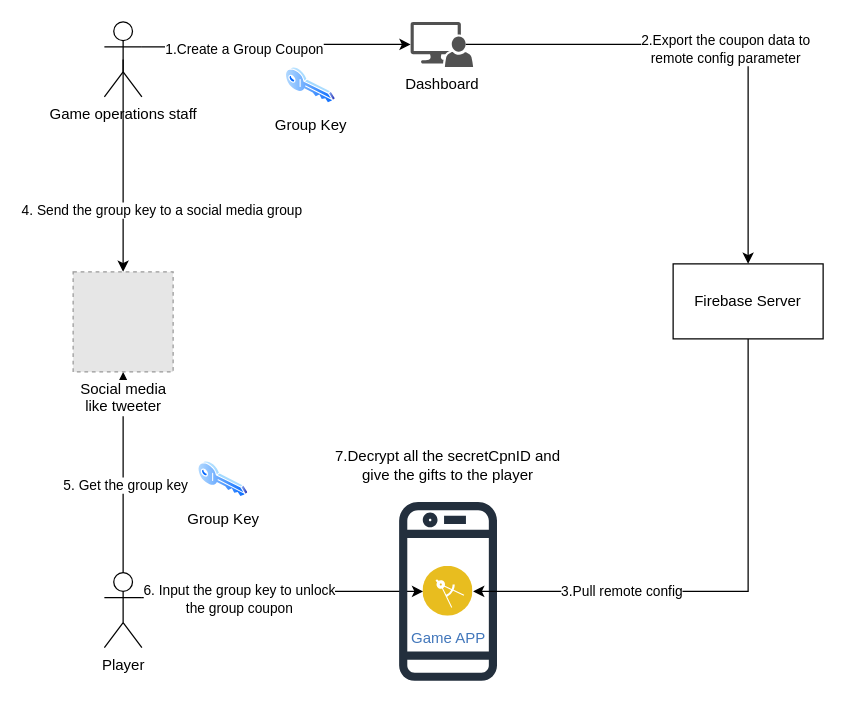
Above: page "GroupCoupon" (2 of 2) of Remote Config Coupon Architecture.drawio in yaohuiwu/SimpleFS (draw.io), before the change. Source tidied: cells renumbered, new cells numbered last; positions are measured from the earlier drawing's top-left corner, leaving out a move shared by most shapes. Both pictures are drawn from the tidied source at 125%, with x=0, y=0 at pixel (72, 21). Pictures stored in the file or linked from it are replaced by grey dashed boxes.
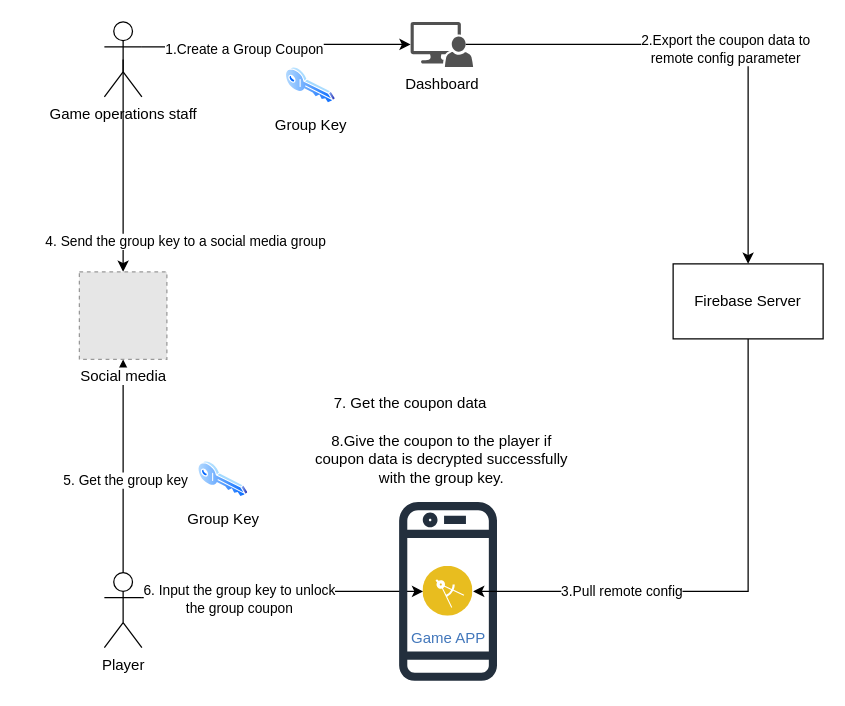
The same diagram, later.

The change refers to these unchanged cells:
```xml
<mxCell id="6" value="Player" style="shape=umlActor;verticalLabelPosition=bottom;verticalAlign=top;html=1;outlineConnect=0;" parent="1" vertex="1">
  <mxGeometry x="25" y="440.6" width="30" height="60" as="geometry" />
</mxCell>
<mxCell id="17" value="Game operations staff" style="shape=umlActor;verticalLabelPosition=bottom;verticalAlign=top;html=1;outlineConnect=0;" parent="1" vertex="1">
  <mxGeometry x="25" width="30" height="60" as="geometry" />
</mxCell>
```

Diff of the diagram source:
```diff
@@
-    <mxCell id="4" style="edgeStyle=orthogonalEdgeStyle;rounded=0;jettySize=auto;html=1;exitX=0.5;exitY=0;exitDx=0;exitDy=0;exitPerimeter=0;" parent="1" edge="1" source="6" target="20">
+    <mxCell id="4" style="edgeStyle=orthogonalEdgeStyle;rounded=0;jettySize=auto;html=1;exitX=0.5;exitY=0;exitDx=0;exitDy=0;exitPerimeter=0;entryX=0.5;entryY=1;entryDx=0;entryDy=0;" parent="1" edge="1" source="6" target="24">
       <mxGeometry relative="1" as="geometry" />
     </mxCell>
@@
-    <mxCell id="15" style="edgeStyle=orthogonalEdgeStyle;rounded=0;jettySize=auto;html=1;exitX=0.5;exitY=0.5;exitDx=0;exitDy=0;exitPerimeter=0;entryX=0.5;entryY=0;entryDx=0;entryDy=0;" parent="1" edge="1" source="17" target="20">
-      <mxGeometry relative="1" as="geometry" />
+    <mxCell id="15" style="edgeStyle=orthogonalEdgeStyle;rounded=0;jettySize=auto;html=1;exitX=0.5;exitY=0.5;exitDx=0;exitDy=0;exitPerimeter=0;" parent="1" edge="1" source="17">
+      <mxGeometry relative="1" as="geometry">
+        <mxPoint x="40" y="200" as="targetPoint" />
+      </mxGeometry>
     </mxCell>
     <mxCell id="16" value="4. Send the group key to a social media group" style="edgeLabel;html=1;align=center;verticalAlign=middle;" parent="15" vertex="1">
       <mxGeometry x="0.24" y="3" relative="1" as="geometry">
-        <mxPoint x="27" y="15" as="offset" />
+        <mxPoint x="46" y="40" as="offset" />
       </mxGeometry>
     </mxCell>
@@
-    <mxCell id="20" value="Social media&lt;br&gt;like tweeter" style="fillColor=#E6E6E6;strokeColor=#999999;dashed=1;html=1;verticalAlign=top;verticalLabelPosition=bottom;labelBackgroundColor=#ffffff;" parent="1" vertex="1">
-      <mxGeometry y="200" width="80" height="80" as="geometry" />
-    </mxCell>
@@
-    <mxCell id="23" value="7.Decrypt all the secretCpnID and give the gifts to the player" style="text;html=1;strokeColor=none;fillColor=none;align=center;verticalAlign=middle;whiteSpace=wrap;rounded=0;" parent="1" vertex="1">
-      <mxGeometry x="200" y="340" width="200" height="30" as="geometry" />
+    <mxCell id="23" value="8.Give the coupon to the player if coupon data is decrypted successfully with the group key." style="text;html=1;strokeColor=none;fillColor=none;align=center;verticalAlign=middle;whiteSpace=wrap;rounded=0;" parent="1" vertex="1">
+      <mxGeometry x="190" y="330" width="210" height="40" as="geometry" />
     </mxCell>
+    <mxCell id="24" value="Social media" style="fillColor=#E6E6E6;strokeColor=#999999;dashed=1;html=1;verticalAlign=top;verticalLabelPosition=bottom;labelBackgroundColor=#ffffff;" parent="1" vertex="1">
+      <mxGeometry x="5" y="200" width="70" height="70" as="geometry" />
+    </mxCell>
+    <mxCell id="25" value="7. Get the coupon data" style="text;html=1;strokeColor=none;fillColor=none;align=center;verticalAlign=middle;whiteSpace=wrap;rounded=0;" parent="1" vertex="1">
+      <mxGeometry x="200" y="290" width="140" height="30" as="geometry" />
+    </mxCell>
```
